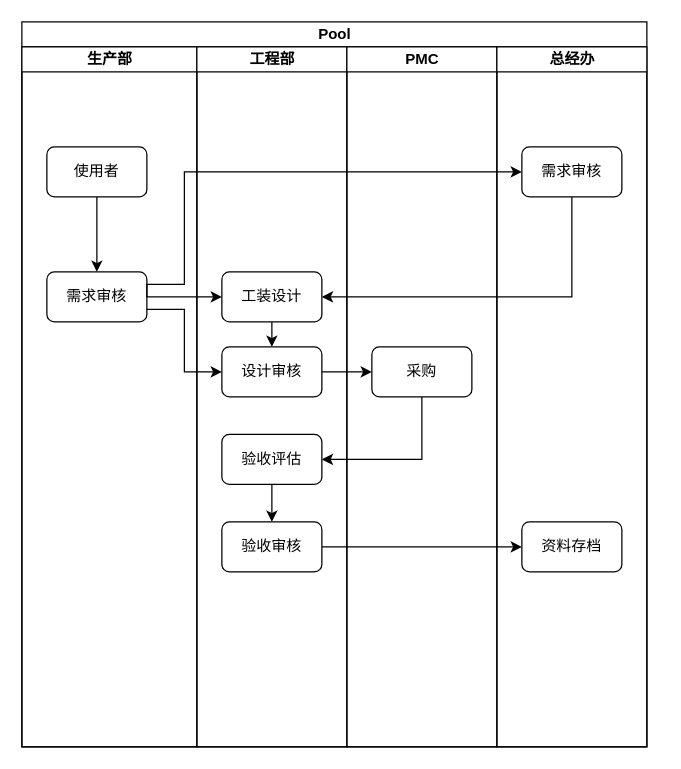
Before: build/未命名绘图.drawio in manson-yu/desktop-app, a draw.io diagram. Source tidied: cells renumbered, new cells numbered last; positions are measured from the earlier drawing's top-left corner, leaving out a move shared by most shapes. Both pictures are drawn from the tidied source at 125%, with x=0, y=0 at pixel (21, 21).
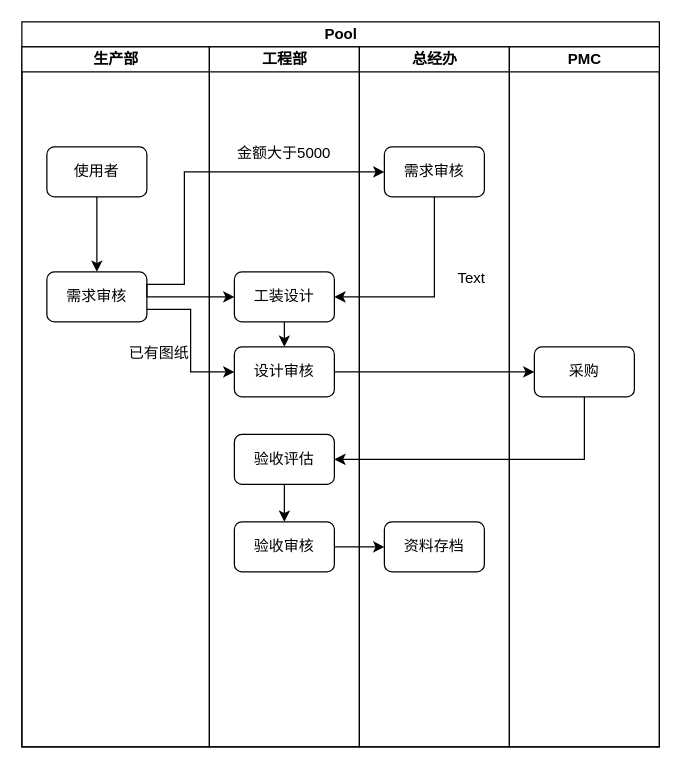
The same page after the edit.

The edit, as a diff of the source:
```diff
@@
     <mxCell id="2" value="Pool" style="swimlane;startSize=20;html=1;" parent="1" vertex="1">
-      <mxGeometry width="500" height="580" as="geometry" />
+      <mxGeometry width="510" height="580" as="geometry" />
     </mxCell>
     <mxCell id="3" value="生产部" style="swimlane;startSize=20;html=1;" parent="2" vertex="1">
-      <mxGeometry y="20" width="140" height="560" as="geometry" />
+      <mxGeometry y="20" width="150" height="560" as="geometry" />
     </mxCell>
@@
+    <mxCell id="26" value="已有图纸" style="text;html=1;align=center;verticalAlign=middle;whiteSpace=wrap;rounded=0;" parent="3" vertex="1">
+      <mxGeometry x="70" y="230" width="80" height="30" as="geometry" />
+    </mxCell>
     <mxCell id="7" value="工程部" style="swimlane;startSize=20;html=1;" parent="2" vertex="1">
-      <mxGeometry x="140" y="20" width="120" height="560" as="geometry" />
+      <mxGeometry x="150" y="20" width="120" height="560" as="geometry" />
     </mxCell>
@@
-    <mxCell id="14" value="PMC" style="swimlane;startSize=20;html=1;" parent="2" vertex="1">
-      <mxGeometry x="260" y="20" width="120" height="560" as="geometry" />
-    </mxCell>
-    <mxCell id="15" value="采购" style="rounded=1;whiteSpace=wrap;html=1;" parent="14" vertex="1">
-      <mxGeometry x="20" y="240" width="80" height="40" as="geometry" />
-    </mxCell>
+    <mxCell id="27" value="金额大于5000" style="text;html=1;align=center;verticalAlign=middle;whiteSpace=wrap;rounded=0;" parent="7" vertex="1">
+      <mxGeometry x="20" y="70" width="80" height="30" as="geometry" />
+    </mxCell>
     <mxCell id="16" value="总经办" style="swimlane;startSize=20;html=1;" parent="2" vertex="1">
-      <mxGeometry x="380" y="20" width="120" height="560" as="geometry" />
+      <mxGeometry x="270" y="20" width="120" height="560" as="geometry" />
     </mxCell>
@@
+    <mxCell id="14" value="PMC" style="swimlane;startSize=20;html=1;" parent="2" vertex="1">
+      <mxGeometry x="390" y="20" width="120" height="560" as="geometry" />
+    </mxCell>
+    <mxCell id="15" value="采购" style="rounded=1;whiteSpace=wrap;html=1;" parent="14" vertex="1">
+      <mxGeometry x="20" y="240" width="80" height="40" as="geometry" />
+    </mxCell>
@@
+    <mxCell id="28" value="Text" style="text;html=1;align=center;verticalAlign=middle;whiteSpace=wrap;rounded=0;" parent="1" vertex="1">
+      <mxGeometry x="330" y="190" width="60" height="30" as="geometry" />
+    </mxCell>
```
